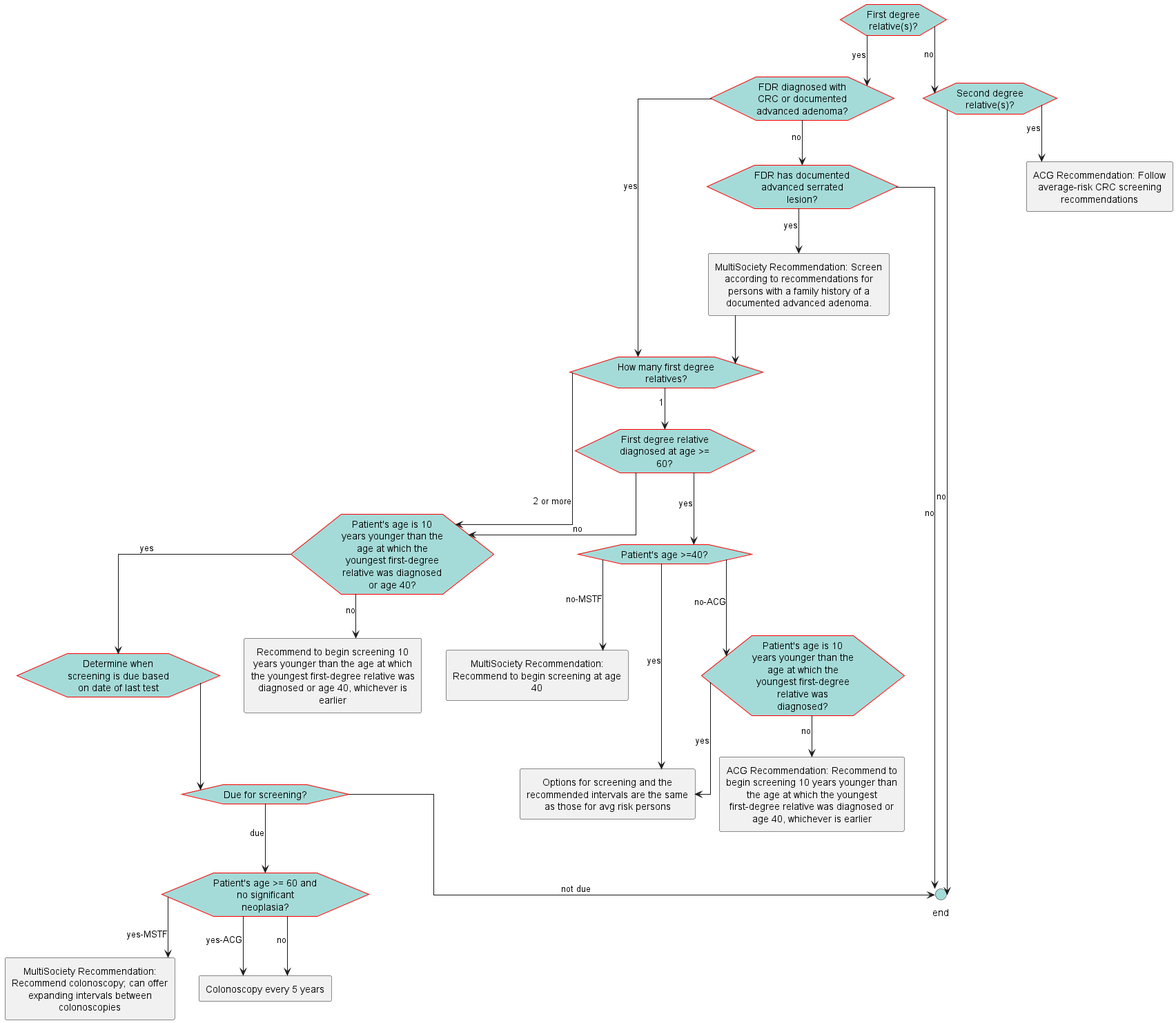
Earlier version of the PlantUML export images/flow-FamilyHx.png (ccsm-cds-tools/CDC-Colorectal-Cancer-Screening-CDS-L2).
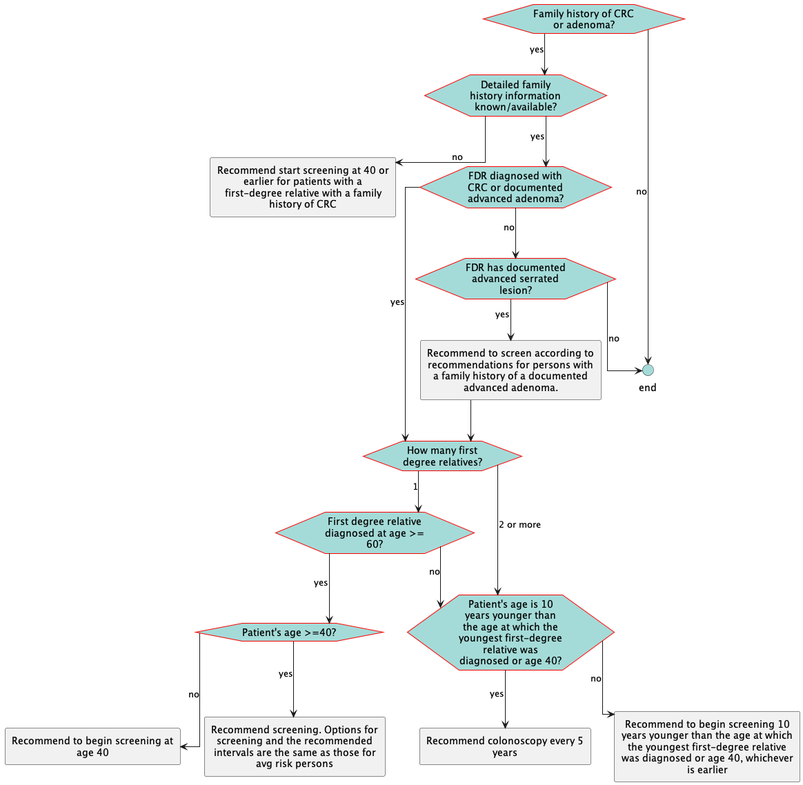
Above is the later version.

Diff of the diagram source:
```diff
@@ -17,51 +17,36 @@
     BackGroundColor: #A4DBD8
 }
 </style>
-hexagon "First degree relative(s)?" as eve_FDR  [[#eve-FDR ]]
+hexagon "Family history of CRC or adenoma?" as eve_FamilyHx  [[#eve-FamilyHx ]]
+hexagon "Detailed family history information known/available?" as eve_KnownFamilyHx [[#eve-KnownFamilyHx]]
 hexagon "FDR diagnosed with CRC or documented advanced adenoma?" as eve_FDRCRCAdvancedAdenoma [[#eve-FDRCRCAdvancedAdenoma]]
 hexagon "FDR has documented advanced serrated lesion?" as eve_FDRAdvancedSerratedLesion [[#eve-FDRAdvancedSerratedLesion]]
-rectangle "MultiSociety Recommendation: Screen according to recommendations for persons with a family history of a documented advanced adenoma." as act_MSTFSerratedLesion [[#act-MSTFSerratedLesion]]
-hexagon "Second degree relative(s)?" as eve_SDR [[#eve-SDR]]
+rectangle "Recommend to screen according to recommendations for persons with a family history of a documented advanced adenoma." as act_MSTFSerratedLesion [[#act-MSTFSerratedLesion]]
 hexagon "How many first degree relatives?" as eve_HowManyFDR [[#eve-HowManyFDR]]
 hexagon "First degree relative diagnosed at age >= 60?" as eve_FDR60OrOlder [[#eve-FDR60OrOlder]]
 hexagon "Patient's age >=40?" as eve_AgeOver40 [[#eve-AgeOver40]]
-hexagon "Patient's age is 10 years younger than the age at which the youngest first-degree relative was diagnosed?" as eve_Age10YearsBeforeDiagnosis [[#eve-Age10YearsBeforeDiagnosis]]
 hexagon "Patient's age is 10 years younger than the age at which the youngest first-degree relative was diagnosed or age 40?" as eve_Age40or10YearsBeforeDiagnosis [[#eve-Age40or10YearsBeforeDiagnosis]]
-hexagon "Determine when screening is due based on date of last test" as eve_DetermineDateForNextScreening [[#eve-DetermineDateForNextScreening]]
-hexagon "Due for screening? " as eve_DetermineIfDueForScreening [[#eve-DetermineIfDueForScreening]]
-hexagon "Patient's age >= 60 and no significant neoplasia?" as eve_AgeOver60NoNeoplasia [[#eve-AgeOver60NoNeoplasia]]
 circle "end" as end_1 <<end>>
-rectangle "ACG Recommendation: Follow average-risk CRC screening recommendations" as act_ACGFollowAvgRiskScreening [[#act-ACGFollowAvgRiskScreening]]
-rectangle "MultiSociety Recommendation: Recommend to begin screening at age 40" as act_RecommendStartScreeningAt40 [[#act-RecommendStartScreeningAt40]]
-rectangle "Options for screening and the recommended intervals are the same as those for avg risk persons" as act_RecommendationSameAsAvgRisk [[#act-RecommendationSameAsAvgRisk]]
-rectangle "ACG Recommendation: Recommend to begin screening 10 years younger than the age at which the youngest first-degree relative was diagnosed or age 40, whichever is earlier" as act_RecommendStartScreeningLater2 [[#act-RecommendStartScreeningLater2]]
-rectangle "MultiSociety Recommendation: Recommend colonoscopy; can offer expanding intervals between colonoscopies" as act_ColonoscopyExpandedInterval [[#act-ColonoscopyExpandedInterval]]
-rectangle "Colonoscopy every 5 years" as act_ColonoscopyEvery5 [[#act-ColonoscopyEvery5]]
+rectangle "Recommend start screening at 40 or earlier for patients with a first-degree relative with a family history of CRC" as act_UnknownFamilyHx [[#act-UnknownFamilyHx]]
+rectangle "Recommend to begin screening at age 40" as act_RecommendStartScreeningAt40 [[#act-RecommendStartScreeningAt40]]
+rectangle "Recommend screening. Options for screening and the recommended intervals are the same as those for avg risk persons" as act_RecommendationSameAsAvgRisk [[#act-RecommendationSameAsAvgRisk]]
+rectangle "Recommend colonoscopy every 5 years" as act_ColonoscopyEvery5 [[#act-ColonoscopyEvery5]]
 rectangle "Recommend to begin screening 10 years younger than the age at which the youngest first-degree relative was diagnosed or age 40, whichever is earlier" as act_RecommendStartScreeningLater [[#act-RecommendStartScreeningLater]]
-eve_FDR -->eve_FDRCRCAdvancedAdenoma: yes
+eve_FamilyHx -->eve_KnownFamilyHx: yes
+eve_FamilyHx -->end_1: no
+eve_KnownFamilyHx-->eve_FDRCRCAdvancedAdenoma: yes
+eve_KnownFamilyHx-->act_UnknownFamilyHx: no
 eve_FDRCRCAdvancedAdenoma-->eve_HowManyFDR: yes
 eve_FDRCRCAdvancedAdenoma-->eve_FDRAdvancedSerratedLesion: no
 eve_FDRAdvancedSerratedLesion-->act_MSTFSerratedLesion: yes
 eve_FDRAdvancedSerratedLesion-->end_1: no
 act_MSTFSerratedLesion-->eve_HowManyFDR
-eve_FDR -->eve_SDR: no
-eve_SDR-->act_ACGFollowAvgRiskScreening: yes
-eve_SDR-->end_1: no
 eve_HowManyFDR-->eve_FDR60OrOlder: 1
 eve_HowManyFDR-->eve_Age40or10YearsBeforeDiagnosis: 2 or more
 eve_FDR60OrOlder-->eve_AgeOver40: yes
-eve_AgeOver40-->act_RecommendStartScreeningAt40: no-MSTF
-eve_AgeOver40-->eve_Age10YearsBeforeDiagnosis: no-ACG
+eve_AgeOver40-->act_RecommendStartScreeningAt40: no
 eve_AgeOver40-->act_RecommendationSameAsAvgRisk: yes
-eve_Age10YearsBeforeDiagnosis-->act_RecommendationSameAsAvgRisk: yes
-eve_Age10YearsBeforeDiagnosis-->act_RecommendStartScreeningLater2: no
 eve_FDR60OrOlder-->eve_Age40or10YearsBeforeDiagnosis: no
-eve_Age40or10YearsBeforeDiagnosis-->eve_DetermineDateForNextScreening: yes
-eve_DetermineDateForNextScreening-->eve_DetermineIfDueForScreening
-eve_DetermineIfDueForScreening-->eve_AgeOver60NoNeoplasia: due
-eve_AgeOver60NoNeoplasia-->act_ColonoscopyExpandedInterval: yes-MSTF
-eve_AgeOver60NoNeoplasia-->act_ColonoscopyEvery5: yes-ACG
-eve_AgeOver60NoNeoplasia-->act_ColonoscopyEvery5: no
-eve_DetermineIfDueForScreening-->end_1: not due
+eve_Age40or10YearsBeforeDiagnosis-->act_ColonoscopyEvery5: yes
 eve_Age40or10YearsBeforeDiagnosis-->act_RecommendStartScreeningLater: no
 @enduml
```
